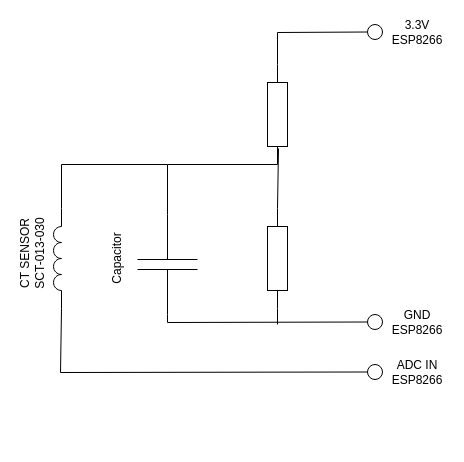
Earlier version of the draw.io diagram doc/Untitled Diagram.drawio (thornwishstalon/probable-liftoff-machine). Source tidied: cells renumbered, new cells numbered last; positions are measured from the earlier drawing's top-left corner, leaving out a move shared by most shapes. Both pictures are drawn from the tidied source at 100%, with x=0, y=0 at pixel (-13, 17).
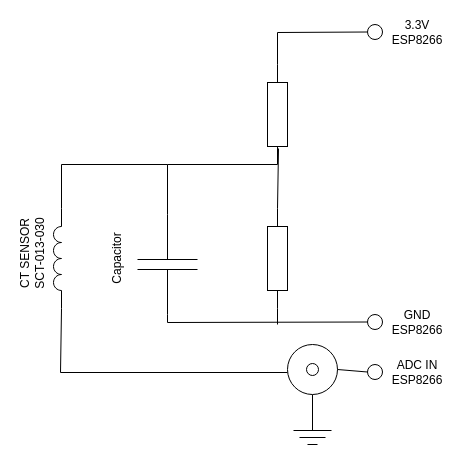
The same diagram, later.

Commit message:
Update Untitled Diagram.drawio_ add headphone jack

Unchanged cells that the change refers to:
```xml
<mxCell id="2" style="verticalLabelPosition=bottom;shadow=0;dashed=0;align=center;html=1;verticalAlign=top;shape=mxgraph.electrical.inductors.inductor_3;rotation=-90;" parent="1" vertex="1">
  <mxGeometry x="20" y="237" width="100" height="8" as="geometry" />
</mxCell>
<mxCell id="10" style="verticalLabelPosition=bottom;shadow=0;dashed=0;align=center;html=1;verticalAlign=top;strokeWidth=1;shape=ellipse;perimeter=ellipsePerimeter;" parent="1" vertex="1">
  <mxGeometry x="380" y="347" width="15" height="15" as="geometry" />
</mxCell>
```

Change to the diagram source:
```diff
@@
-    <mxCell id="13" style="endArrow=none;html=1;rounded=0;exitX=0;exitY=0.5;exitDx=0;exitDy=0;entryX=0;entryY=1;entryDx=0;entryDy=0;entryPerimeter=0;" parent="1" edge="1" source="10" target="2">
+    <mxCell id="13" style="endArrow=none;html=1;rounded=0;entryX=0;entryY=1;entryDx=0;entryDy=0;entryPerimeter=0;" parent="1" edge="1" target="2">
       <mxGeometry relative="1" as="geometry">
+        <mxPoint x="300" y="355" as="sourcePoint" />
         <Array as="points">
           <mxPoint x="73" y="355" />
         </Array>
       </mxGeometry>
     </mxCell>
@@
+    <mxCell id="21" style="verticalLabelPosition=bottom;shadow=0;dashed=0;align=center;html=1;verticalAlign=top;shape=mxgraph.electrical.miscellaneous.coaxial_jack_plug;" parent="1" vertex="1">
+      <mxGeometry x="300" y="327" width="50" height="100" as="geometry" />
+    </mxCell>
+    <mxCell id="22" style="endArrow=none;html=1;rounded=0;exitX=1;exitY=0.25;exitDx=0;exitDy=0;exitPerimeter=0;entryX=0;entryY=0.5;entryDx=0;entryDy=0;" parent="1" edge="1" source="21" target="10">
+      <mxGeometry relative="1" as="geometry" />
+    </mxCell>
```
